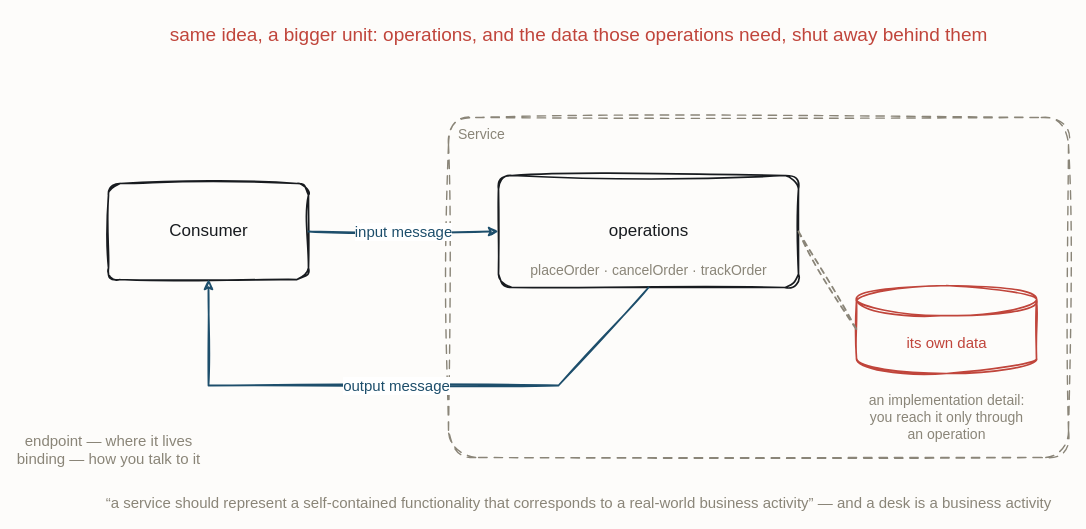
Above: resources/flow-soa-service.drawio in iancooper/practical-messaging (draw.io), before the change. Source tidied: cells renumbered, new cells numbered last; positions are measured from the earlier drawing's top-left corner, leaving out a move shared by most shapes. Both pictures are drawn from the tidied source at 100%, with x=0, y=0 at pixel (48, 17).
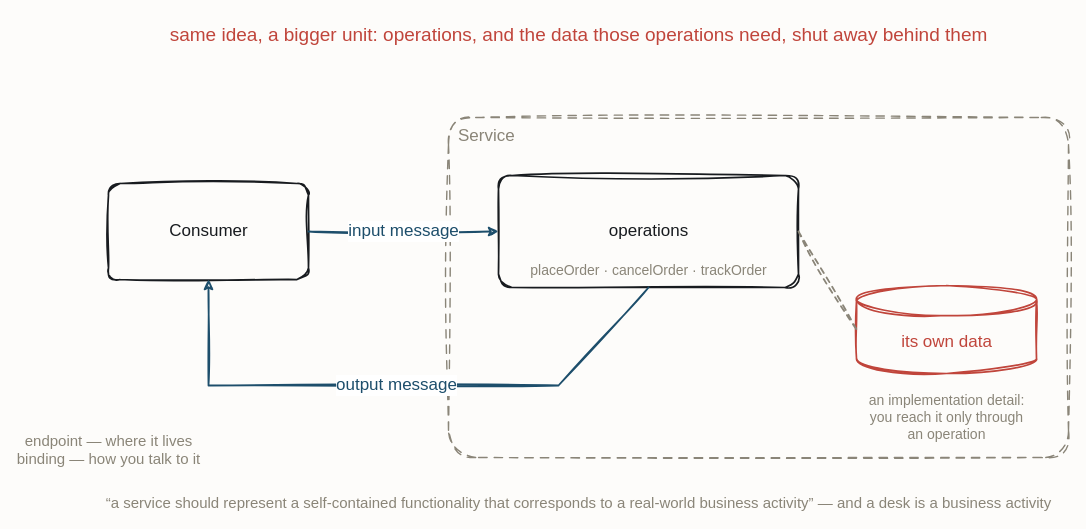
After the change.

Change to the diagram source:
```diff
@@
 <mxGraphModel background="#FDFCFA">
   <root>
     <mxCell id="0" />
     <mxCell id="1" parent="0" />
-    <mxCell id="2" value="Service" style="sketch=1;hachureGap=4;jiggle=2;curveFitting=1;fontFamily=Caveat;html=1;rounded=1;arcSize=8;verticalAlign=top;align=left;spacingLeft=8;spacingTop=2;fillColor=none;strokeColor=#8A8578;strokeWidth=1.4;fontColor=#8A8578;fontSize=14;dashed=1;dashPattern=6 5;" parent="1" vertex="1">
+    <mxCell id="2" value="Service" style="sketch=1;hachureGap=4;jiggle=2;curveFitting=1;fontFamily=Caveat;html=1;rounded=1;arcSize=8;verticalAlign=top;align=left;spacingLeft=8;spacingTop=2;fillColor=none;strokeColor=#8A8578;strokeWidth=1.4;fontColor=#8A8578;fontSize=17;dashed=1;dashPattern=6 5;" parent="1" vertex="1">
       <mxGeometry x="400" y="100" width="620" height="340" as="geometry" />
     </mxCell>
     <mxCell id="3" value="same idea, a bigger unit: operations, and the data those operations need, shut away behind them" style="text;html=1;align=center;fontFamily=Caveat;fontSize=19;fontColor=#C0453B;" parent="1" vertex="1">
       <mxGeometry x="470" width="120" height="20" as="geometry" />
     </mxCell>
     <mxCell id="4" value="operations" style="sketch=1;hachureGap=4;jiggle=2;curveFitting=1;fontFamily=Caveat;html=1;rounded=1;arcSize=12;strokeColor=#181B1F;strokeWidth=1.7;fillColor=none;fontColor=#181B1F;fontSize=17;" parent="1" vertex="1">
       <mxGeometry x="450" y="158" width="300" height="112" as="geometry" />
     </mxCell>
     <mxCell id="5" value="placeOrder · cancelOrder · trackOrder" style="text;html=1;align=center;fontFamily=Caveat;fontSize=14;fontColor=#8A8578;" parent="1" vertex="1">
       <mxGeometry x="540" y="238" width="120" height="20" as="geometry" />
     </mxCell>
-    <mxCell id="6" value="its own data" style="sketch=1;hachureGap=4;jiggle=2;curveFitting=1;fontFamily=Caveat;html=1;shape=cylinder3;boundedLbl=1;backgroundOutline=1;strokeColor=#C0453B;strokeWidth=1.7;fillColor=none;fontColor=#C0453B;fontSize=15;" parent="1" vertex="1">
+    <mxCell id="6" value="its own data" style="sketch=1;hachureGap=4;jiggle=2;curveFitting=1;fontFamily=Caveat;html=1;shape=cylinder3;boundedLbl=1;backgroundOutline=1;strokeColor=#C0453B;strokeWidth=1.7;fillColor=none;fontColor=#C0453B;fontSize=17;" parent="1" vertex="1">
       <mxGeometry x="808" y="268" width="180" height="88" as="geometry" />
     </mxCell>
     <mxCell id="7" value="Consumer" style="sketch=1;hachureGap=4;jiggle=2;curveFitting=1;fontFamily=Caveat;html=1;rounded=1;arcSize=12;strokeColor=#181B1F;strokeWidth=1.7;fillColor=none;fontColor=#181B1F;fontSize=17;" parent="1" vertex="1">
       <mxGeometry x="60" y="166" width="200" height="96" as="geometry" />
     </mxCell>
     <mxCell id="8" value="endpoint — where it lives&#10;binding — how you talk to it" style="text;html=1;align=center;fontFamily=Caveat;fontSize=15;fontColor=#8A8578;" parent="1" vertex="1">
       <mxGeometry y="408" width="120" height="20" as="geometry" />
     </mxCell>
     <mxCell id="9" value="an implementation detail:&#10;you reach it only through&#10;an operation" style="text;html=1;align=center;fontFamily=Caveat;fontSize=14;fontColor=#8A8578;" parent="1" vertex="1">
       <mxGeometry x="838" y="368" width="120" height="20" as="geometry" />
     </mxCell>
     <mxCell id="10" value="“a service should represent a self-contained functionality that corresponds to a real-world business activity” — and a desk is a business activity" style="text;html=1;align=center;fontFamily=Caveat;fontSize=15;fontColor=#8A8578;" parent="1" vertex="1">
       <mxGeometry x="470" y="470" width="120" height="20" as="geometry" />
     </mxCell>
-    <mxCell id="11" style="sketch=1;jiggle=2;curveFitting=1;edgeStyle=none;rounded=0;strokeColor=#8A8578;strokeWidth=1.8;fontFamily=Caveat;fontSize=15;fontColor=#8A8578;html=1;dashed=1;endArrow=none;exitX=1.0;exitY=0.5;exitDx=0;exitDy=0;entryX=0.0;entryY=0.5;entryDx=0;entryDy=0;" parent="1" edge="1" source="4" target="6">
+    <mxCell id="11" style="sketch=1;jiggle=2;curveFitting=1;edgeStyle=none;rounded=0;strokeColor=#8A8578;strokeWidth=1.8;fontFamily=Caveat;fontSize=17;fontColor=#8A8578;html=1;dashed=1;endArrow=none;exitX=1.0;exitY=0.5;exitDx=0;exitDy=0;entryX=0.0;entryY=0.5;entryDx=0;entryDy=0;" parent="1" edge="1" source="4" target="6">
       <mxGeometry relative="1" as="geometry" />
     </mxCell>
-    <mxCell id="12" value="input message" style="sketch=1;jiggle=2;curveFitting=1;edgeStyle=none;rounded=0;strokeColor=#1D4E6B;strokeWidth=1.8;fontFamily=Caveat;fontSize=15;fontColor=#1D4E6B;html=1;exitX=1.0;exitY=0.5;exitDx=0;exitDy=0;entryX=0.0;entryY=0.5;entryDx=0;entryDy=0;" parent="1" edge="1" source="7" target="4">
+    <mxCell id="12" value="input message" style="sketch=1;jiggle=2;curveFitting=1;edgeStyle=none;rounded=0;strokeColor=#1D4E6B;strokeWidth=1.8;fontFamily=Caveat;fontSize=17;fontColor=#1D4E6B;html=1;exitX=1.0;exitY=0.5;exitDx=0;exitDy=0;entryX=0.0;entryY=0.5;entryDx=0;entryDy=0;" parent="1" edge="1" source="7" target="4">
       <mxGeometry relative="1" as="geometry" />
     </mxCell>
-    <mxCell id="13" value="output message" style="sketch=1;jiggle=2;curveFitting=1;edgeStyle=none;rounded=0;strokeColor=#1D4E6B;strokeWidth=1.8;fontFamily=Caveat;fontSize=15;fontColor=#1D4E6B;html=1;exitX=0.5;exitY=1.0;exitDx=0;exitDy=0;entryX=0.5;entryY=1.0;entryDx=0;entryDy=0;" parent="1" edge="1" source="4" target="7">
+    <mxCell id="13" value="output message" style="sketch=1;jiggle=2;curveFitting=1;edgeStyle=none;rounded=0;strokeColor=#1D4E6B;strokeWidth=1.8;fontFamily=Caveat;fontSize=17;fontColor=#1D4E6B;html=1;exitX=0.5;exitY=1.0;exitDx=0;exitDy=0;entryX=0.5;entryY=1.0;entryDx=0;entryDy=0;" parent="1" edge="1" source="4" target="7">
       <mxGeometry relative="1" as="geometry">
         <Array as="points">
           <mxPoint x="510" y="368" />
           <mxPoint x="160" y="368" />
         </Array>
       </mxGeometry>
     </mxCell>
   </root>
 </mxGraphModel>
```
